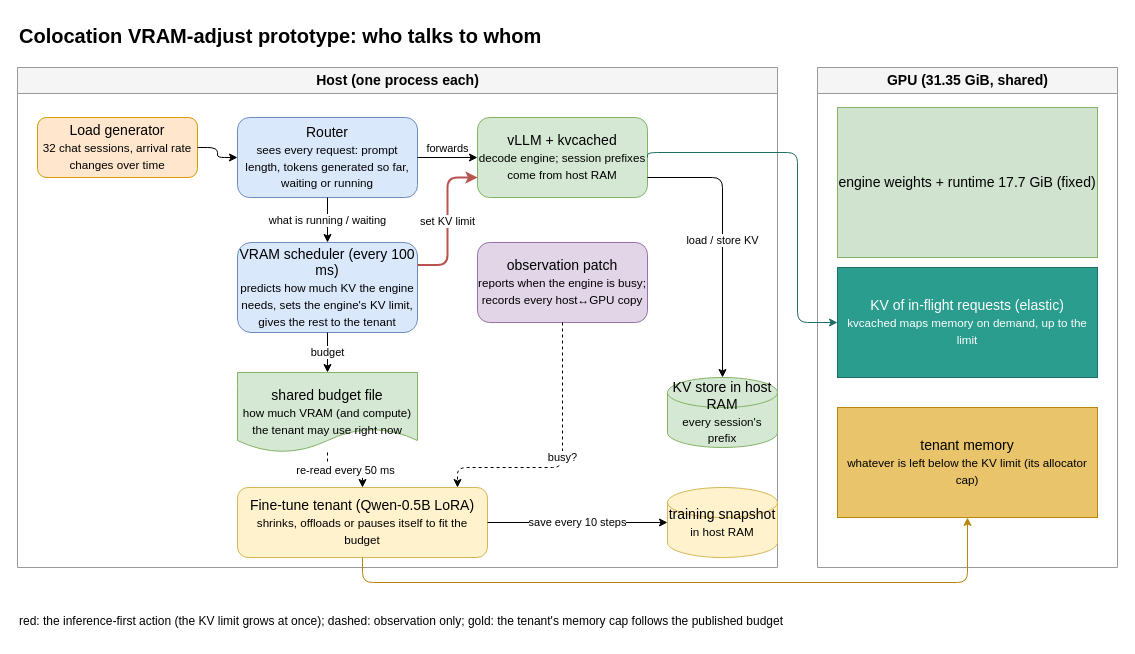
Before: coloc_adjust/diagrams/01_system_architecture.drawio in 852866031/cuda-schedule-project, a draw.io diagram. Source tidied: cells renumbered, new cells numbered last; positions are measured from the earlier drawing's top-left corner, leaving out a move shared by most shapes. Both pictures are drawn from the tidied source at 100%, with x=0, y=0 at pixel (17, 17).
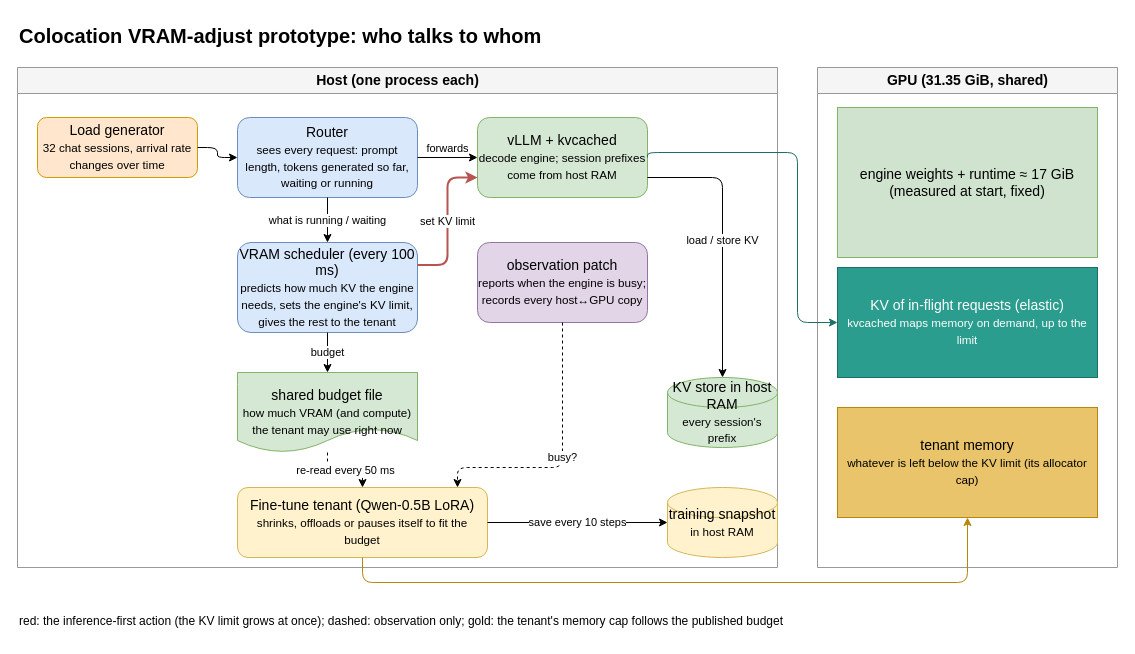
Above is the later version.

Unchanged cells that the change refers to:
```xml
<mxCell id="13" value="GPU (31.35 GiB, shared)" style="swimlane;startSize=26;fillColor=#f5f5f5;strokeColor=#999999;html=1;fontSize=14;" parent="1" vertex="1">
  <mxGeometry x="800" y="50" width="300" height="500" as="geometry" />
</mxCell>
```

The edit, as a diff of the source:
```diff
@@
-    <mxCell id="14" value="engine weights + runtime 17.7 GiB (fixed)" style="rounded=0;whiteSpace=wrap;html=1;fontSize=14;fillColor=#cfe3cf;strokeColor=#82b366;" parent="13" vertex="1">
+    <mxCell id="14" value="engine weights + runtime ≈ 17 GiB (measured at start, fixed)" style="rounded=0;whiteSpace=wrap;html=1;fontSize=14;fillColor=#cfe3cf;strokeColor=#82b366;" parent="13" vertex="1">
       <mxGeometry x="20" y="40" width="260" height="150" as="geometry" />
     </mxCell>
```
